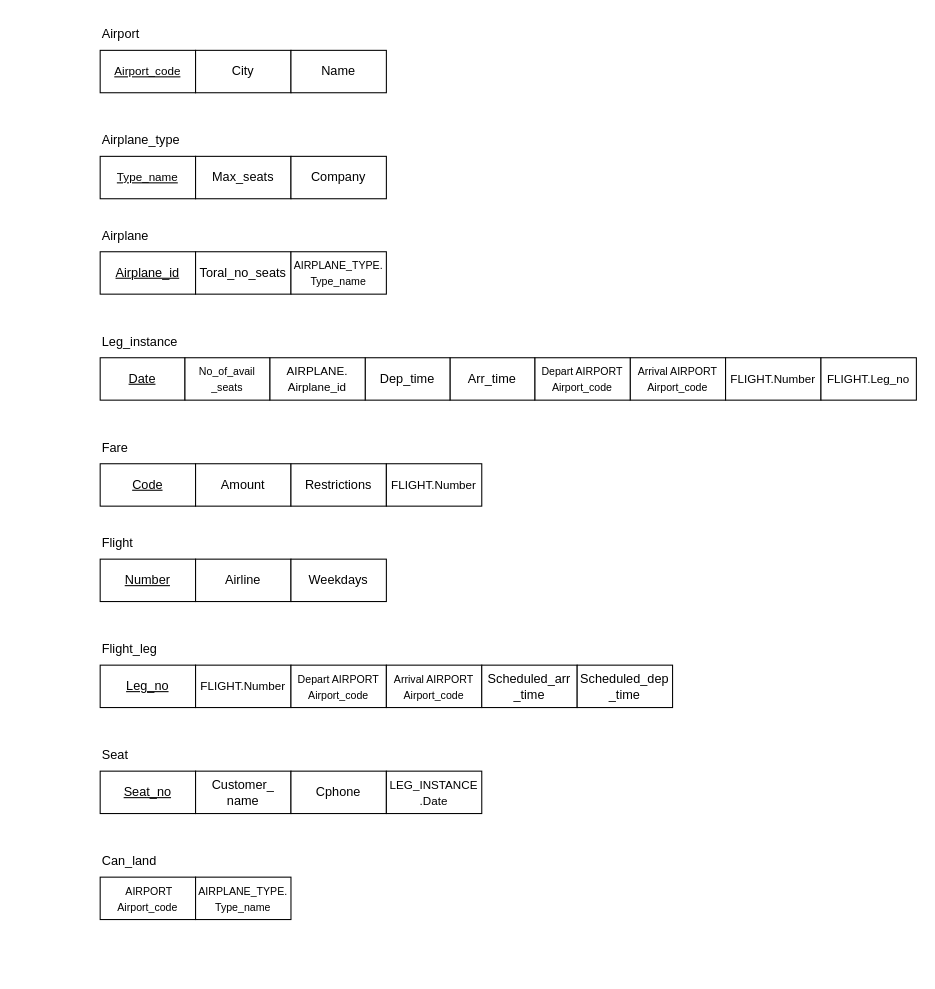
Earlier version of the draw.io diagram Guião3/ex3_2c.drawio (rtavares018/BD). Source tidied: cells renumbered, new cells numbered last; positions are measured from the earlier drawing's top-left corner, leaving out a move shared by most shapes. Both pictures are drawn from the tidied source at 106%, with x=0, y=0 at pixel (100, 18).
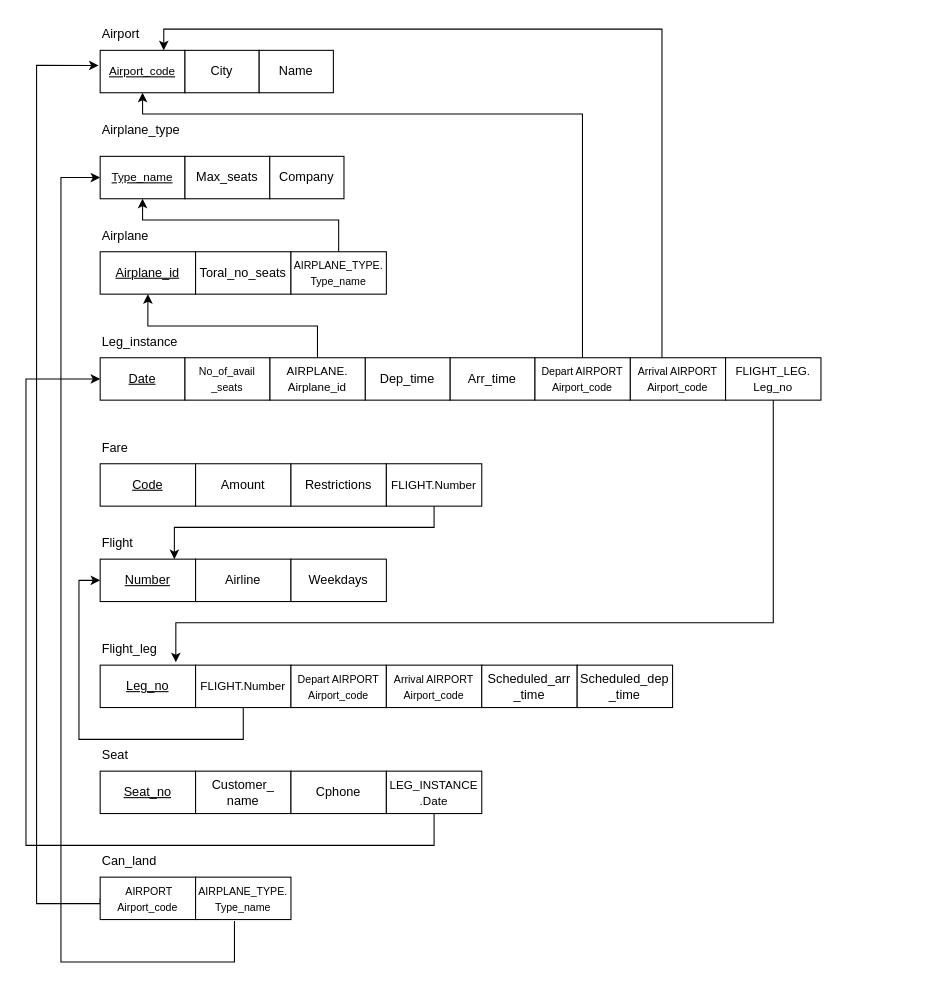
The same diagram, later.

The change refers to these unchanged cells:
```xml
<mxCell id="10" value="&lt;u&gt;Airplane_id&lt;/u&gt;" style="whiteSpace=wrap;html=1;align=center;" parent="1" vertex="1">
  <mxGeometry y="220" width="90" height="40" as="geometry" />
</mxCell>
<mxCell id="12" value="&lt;font style=&quot;font-size: 10px;&quot;&gt;AIRPLANE_TYPE.&lt;br&gt;Type_name&lt;/font&gt;" style="whiteSpace=wrap;html=1;align=center;" parent="1" vertex="1">
  <mxGeometry x="180" y="220" width="90" height="40" as="geometry" />
</mxCell>
<mxCell id="14" value="&lt;u&gt;Date&lt;/u&gt;" style="whiteSpace=wrap;html=1;align=center;" parent="1" vertex="1">
  <mxGeometry y="320" width="80" height="40" as="geometry" />
</mxCell>
<mxCell id="15" value="&lt;span style=&quot;font-size: 10px;&quot;&gt;Arrival AIRPORT&lt;/span&gt;&lt;br style=&quot;font-size: 10px;&quot;&gt;&lt;span style=&quot;font-size: 10px;&quot;&gt;Airport_code&lt;/span&gt;" style="whiteSpace=wrap;html=1;align=center;" parent="1" vertex="1">
  <mxGeometry x="500" y="320" width="90" height="40" as="geometry" />
</mxCell>
<mxCell id="16" value="&lt;font style=&quot;font-size: 10px;&quot;&gt;Depart AIRPORT&lt;br&gt;Airport_code&lt;/font&gt;" style="whiteSpace=wrap;html=1;align=center;" parent="1" vertex="1">
  <mxGeometry x="410" y="320" width="90" height="40" as="geometry" />
</mxCell>
<mxCell id="19" value="&lt;font style=&quot;font-size: 11px;&quot;&gt;AIRPLANE.&lt;br&gt;Airplane_id&lt;/font&gt;" style="whiteSpace=wrap;html=1;align=center;" parent="1" vertex="1">
  <mxGeometry x="160" y="320" width="90" height="40" as="geometry" />
</mxCell>
<mxCell id="28" value="&lt;font style=&quot;font-size: 11px;&quot;&gt;FLIGHT.Number&lt;/font&gt;" style="whiteSpace=wrap;html=1;align=center;" parent="1" vertex="1">
  <mxGeometry x="270" y="420" width="90" height="40" as="geometry" />
</mxCell>
<mxCell id="30" value="&lt;u&gt;Number&lt;/u&gt;" style="whiteSpace=wrap;html=1;align=center;" parent="1" vertex="1">
  <mxGeometry y="510" width="90" height="40" as="geometry" />
</mxCell>
<mxCell id="34" value="Flight_leg" style="text;html=1;align=left;verticalAlign=middle;whiteSpace=wrap;rounded=0;" parent="1" vertex="1">
  <mxGeometry y="580" width="80" height="30" as="geometry" />
</mxCell>
<mxCell id="35" value="&lt;font style=&quot;font-size: 11px;&quot;&gt;FLIGHT.Number&lt;/font&gt;" style="whiteSpace=wrap;html=1;align=center;" parent="1" vertex="1">
  <mxGeometry x="90" y="610" width="90" height="40" as="geometry" />
</mxCell>
<mxCell id="44" value="&lt;font style=&quot;font-size: 11px;&quot;&gt;LEG_INSTANCE&lt;br&gt;.Date&lt;/font&gt;" style="whiteSpace=wrap;html=1;align=center;" parent="1" vertex="1">
  <mxGeometry x="270" y="710" width="90" height="40" as="geometry" />
</mxCell>
<mxCell id="46" value="&lt;font style=&quot;font-size: 10px;&quot;&gt;&amp;nbsp;AIRPORT&lt;br&gt;Airport_code&lt;/font&gt;" style="whiteSpace=wrap;html=1;align=center;" parent="1" vertex="1">
  <mxGeometry y="810" width="90" height="40" as="geometry" />
</mxCell>
```

The edit, as a diff of the source:
```diff
@@
     <mxCell id="2" value="&lt;font style=&quot;font-size: 11px;&quot;&gt;&lt;u&gt;Airport_code&lt;/u&gt;&lt;/font&gt;" style="whiteSpace=wrap;html=1;align=center;" parent="1" vertex="1">
-      <mxGeometry y="30" width="90" height="40" as="geometry" />
+      <mxGeometry y="30" width="80" height="40" as="geometry" />
     </mxCell>
     <mxCell id="3" value="City" style="whiteSpace=wrap;html=1;align=center;" parent="1" vertex="1">
-      <mxGeometry x="90" y="30" width="90" height="40" as="geometry" />
+      <mxGeometry x="80" y="30" width="70" height="40" as="geometry" />
     </mxCell>
     <mxCell id="4" value="Name" style="whiteSpace=wrap;html=1;align=center;" parent="1" vertex="1">
-      <mxGeometry x="180" y="30" width="90" height="40" as="geometry" />
+      <mxGeometry x="150" y="30" width="70" height="40" as="geometry" />
     </mxCell>
@@
     <mxCell id="6" value="&lt;font style=&quot;font-size: 11px;&quot;&gt;&lt;u&gt;Type_name&lt;/u&gt;&lt;/font&gt;" style="whiteSpace=wrap;html=1;align=center;" parent="1" vertex="1">
-      <mxGeometry y="130" width="90" height="40" as="geometry" />
+      <mxGeometry y="130" width="80" height="40" as="geometry" />
     </mxCell>
     <mxCell id="7" value="Max_seats" style="whiteSpace=wrap;html=1;align=center;" parent="1" vertex="1">
-      <mxGeometry x="90" y="130" width="90" height="40" as="geometry" />
+      <mxGeometry x="80" y="130" width="80" height="40" as="geometry" />
     </mxCell>
     <mxCell id="8" value="Company" style="whiteSpace=wrap;html=1;align=center;" parent="1" vertex="1">
-      <mxGeometry x="180" y="130" width="90" height="40" as="geometry" />
+      <mxGeometry x="160" y="130" width="70" height="40" as="geometry" />
     </mxCell>
@@
+    <mxCell id="48" style="edgeStyle=orthogonalEdgeStyle;rounded=0;jettySize=auto;html=1;entryX=0.5;entryY=1;entryDx=0;entryDy=0;" parent="1" edge="1" source="12" target="6">
+      <mxGeometry relative="1" as="geometry">
+        <Array as="points">
+          <mxPoint x="225" y="190" />
+          <mxPoint x="40" y="190" />
+        </Array>
+      </mxGeometry>
+    </mxCell>
@@
     <mxCell id="13" value="Airplane_type" style="text;html=1;align=left;verticalAlign=middle;whiteSpace=wrap;rounded=0;" parent="1" vertex="1">
-      <mxGeometry y="100" width="80" height="30" as="geometry" />
+      <mxGeometry y="90" width="80" height="30" as="geometry" />
     </mxCell>
@@
+    <mxCell id="49" style="edgeStyle=orthogonalEdgeStyle;rounded=0;jettySize=auto;html=1;entryX=0.75;entryY=0;entryDx=0;entryDy=0;" parent="1" edge="1" source="15" target="2">
+      <mxGeometry relative="1" as="geometry">
+        <Array as="points">
+          <mxPoint x="530" y="10" />
+          <mxPoint x="60" y="10" />
+        </Array>
+      </mxGeometry>
+    </mxCell>
@@
+    <mxCell id="50" style="edgeStyle=orthogonalEdgeStyle;rounded=0;jettySize=auto;html=1;entryX=0.5;entryY=1;entryDx=0;entryDy=0;" parent="1" edge="1" source="16" target="2">
+      <mxGeometry relative="1" as="geometry">
+        <Array as="points">
+          <mxPoint x="455" y="90" />
+          <mxPoint x="40" y="90" />
+        </Array>
+      </mxGeometry>
+    </mxCell>
@@
-    <mxCell id="21" value="&lt;font style=&quot;font-size: 11px;&quot;&gt;FLIGHT.Number&lt;/font&gt;" style="whiteSpace=wrap;html=1;align=center;" parent="1" vertex="1">
-      <mxGeometry x="590" y="320" width="90" height="40" as="geometry" />
-    </mxCell>
@@
-    <mxCell id="23" value="&lt;font style=&quot;font-size: 11px;&quot;&gt;FLIGHT.Leg_no&lt;/font&gt;" style="whiteSpace=wrap;html=1;align=center;" parent="1" vertex="1">
-      <mxGeometry x="680" y="320" width="90" height="40" as="geometry" />
+    <mxCell id="23" value="&lt;font style=&quot;font-size: 11px;&quot;&gt;FLIGHT_LEG.&lt;br&gt;Leg_no&lt;/font&gt;" style="whiteSpace=wrap;html=1;align=center;" parent="1" vertex="1">
+      <mxGeometry x="590" y="320" width="90" height="40" as="geometry" />
     </mxCell>
@@
+    <mxCell id="51" style="edgeStyle=orthogonalEdgeStyle;rounded=0;jettySize=auto;html=1;entryX=0;entryY=0.5;entryDx=0;entryDy=0;" parent="1" edge="1" source="35" target="30">
+      <mxGeometry relative="1" as="geometry">
+        <Array as="points">
+          <mxPoint x="135" y="680" />
+          <mxPoint x="-20" y="680" />
+          <mxPoint x="-20" y="530" />
+        </Array>
+      </mxGeometry>
+    </mxCell>
@@
+    <mxCell id="52" style="edgeStyle=orthogonalEdgeStyle;rounded=0;jettySize=auto;html=1;entryX=0;entryY=0.5;entryDx=0;entryDy=0;" parent="1" edge="1" source="44" target="14">
+      <mxGeometry relative="1" as="geometry">
+        <Array as="points">
+          <mxPoint x="315" y="780" />
+          <mxPoint x="-70" y="780" />
+          <mxPoint x="-70" y="340" />
+        </Array>
+      </mxGeometry>
+    </mxCell>
@@
+    <mxCell id="53" style="edgeStyle=orthogonalEdgeStyle;rounded=0;jettySize=auto;html=1;entryX=-0.019;entryY=0.356;entryDx=0;entryDy=0;entryPerimeter=0;exitX=0;exitY=0.5;exitDx=0;exitDy=0;" parent="1" edge="1" source="46" target="2">
+      <mxGeometry relative="1" as="geometry">
+        <Array as="points">
+          <mxPoint y="835" />
+          <mxPoint x="-60" y="835" />
+          <mxPoint x="-60" y="44" />
+        </Array>
+      </mxGeometry>
+    </mxCell>
@@
+    <mxCell id="54" style="edgeStyle=orthogonalEdgeStyle;rounded=0;jettySize=auto;html=1;exitX=0.593;exitY=1.033;exitDx=0;exitDy=0;exitPerimeter=0;entryX=0;entryY=0.5;entryDx=0;entryDy=0;" parent="1" edge="1" target="6">
+      <mxGeometry relative="1" as="geometry">
+        <mxPoint x="126.7" y="851.3" as="sourcePoint" />
+        <Array as="points">
+          <mxPoint x="127" y="890" />
+          <mxPoint x="-37" y="890" />
+          <mxPoint x="-37" y="150" />
+        </Array>
+      </mxGeometry>
+    </mxCell>
@@
+    <mxCell id="55" style="edgeStyle=orthogonalEdgeStyle;rounded=0;jettySize=auto;html=1;entryX=0.5;entryY=1;entryDx=0;entryDy=0;" parent="1" edge="1" source="19" target="10">
+      <mxGeometry relative="1" as="geometry">
+        <Array as="points">
+          <mxPoint x="205" y="290" />
+          <mxPoint x="45" y="290" />
+        </Array>
+      </mxGeometry>
+    </mxCell>
+    <mxCell id="56" style="edgeStyle=orthogonalEdgeStyle;rounded=0;jettySize=auto;html=1;" parent="1" edge="1" source="28" target="30">
+      <mxGeometry relative="1" as="geometry">
+        <Array as="points">
+          <mxPoint x="315" y="480" />
+          <mxPoint x="70" y="480" />
+        </Array>
+      </mxGeometry>
+    </mxCell>
+    <mxCell id="57" style="edgeStyle=orthogonalEdgeStyle;rounded=0;jettySize=auto;html=1;entryX=0.892;entryY=0.911;entryDx=0;entryDy=0;entryPerimeter=0;" parent="1" edge="1" source="23" target="34">
+      <mxGeometry relative="1" as="geometry">
+        <Array as="points">
+          <mxPoint x="635" y="570" />
+          <mxPoint x="71" y="570" />
+        </Array>
+      </mxGeometry>
+    </mxCell>
```
